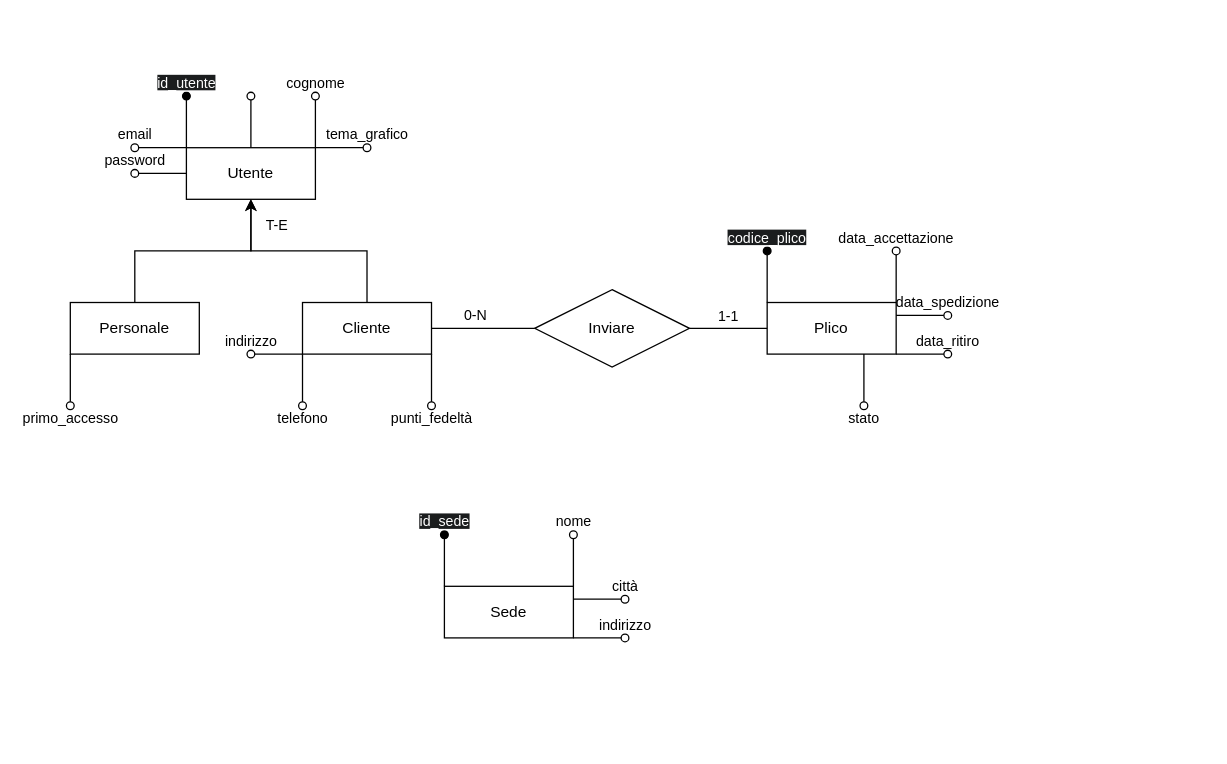
This is ProgettoFastRoute/FastRoute.drawio from JurijGagarinFB/ESERCIZI_PHP, a draw.io file, before an edit. Source tidied: cells renumbered, new cells numbered last; positions are measured from the earlier drawing's top-left corner, leaving out a move shared by most shapes. Both pictures are drawn from the tidied source at 129%, with x=0, y=0 at pixel (70, 95).
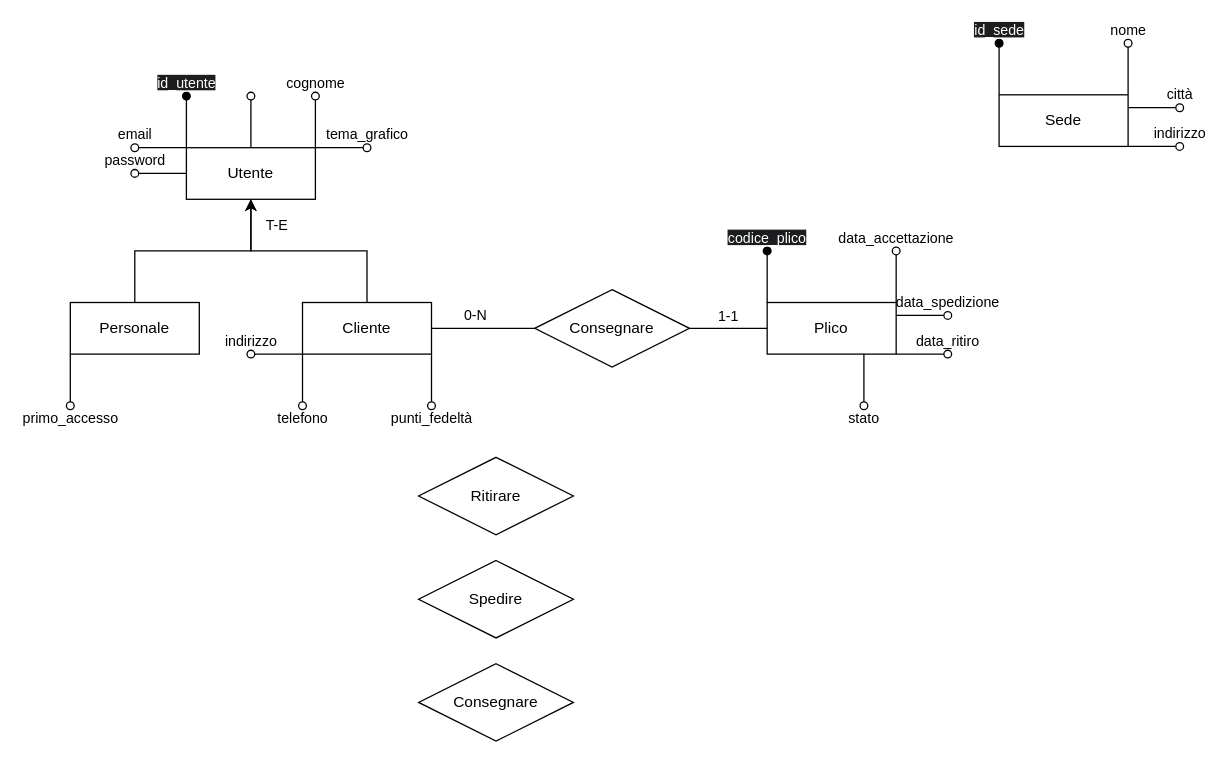
Above is the later version.

Commit message:
aggiornato schema E/R

Diff of the diagram source:
```diff
@@
     <mxCell id="14" value="&lt;span style=&quot;color: rgb(255, 255, 255); font-family: Helvetica; font-size: 11px; font-style: normal; font-variant-ligatures: normal; font-variant-caps: normal; font-weight: 400; letter-spacing: normal; orphans: 2; text-align: left; text-indent: 0px; text-transform: none; widows: 2; word-spacing: 0px; -webkit-text-stroke-width: 0px; white-space: nowrap; background-color: rgb(27, 29, 30); text-decoration-thickness: initial; text-decoration-style: initial; text-decoration-color: initial; float: none; display: inline !important;&quot;&gt;id_sede&lt;/span&gt;" style="edgeStyle=none;rounded=0;jettySize=auto;html=1;exitX=0;exitY=0;exitDx=0;exitDy=0;endArrow=oval;endFill=1;" parent="1" edge="1" source="15">
       <mxGeometry x="1" y="-10" relative="1" as="geometry">
-        <mxPoint x="290" y="340" as="targetPoint" />
+        <mxPoint x="720" y="-41" as="targetPoint" />
         <mxPoint x="-10" y="-10" as="offset" />
       </mxGeometry>
     </mxCell>
     <mxCell id="15" value="Sede" style="whiteSpace=wrap;html=1;align=center;" parent="1" vertex="1">
-      <mxGeometry x="290" y="380" width="100" height="40" as="geometry" />
+      <mxGeometry x="720" y="-1" width="100" height="40" as="geometry" />
     </mxCell>
     <mxCell id="16" value="&lt;span style=&quot;font-family: Helvetica; font-size: 11px; font-style: normal; font-variant-ligatures: normal; font-variant-caps: normal; font-weight: 400; letter-spacing: normal; orphans: 2; text-align: left; text-indent: 0px; text-transform: none; widows: 2; word-spacing: 0px; -webkit-text-stroke-width: 0px; white-space: nowrap; text-decoration-thickness: initial; text-decoration-style: initial; text-decoration-color: initial; float: none; display: inline !important;&quot;&gt;nome&lt;/span&gt;" style="edgeStyle=none;rounded=0;jettySize=auto;html=1;exitX=1;exitY=0;exitDx=0;exitDy=0;endArrow=oval;endFill=0;labelBackgroundColor=none;fontColor=default;" parent="1" edge="1" source="15">
       <mxGeometry x="1" y="-10" relative="1" as="geometry">
-        <mxPoint x="390" y="340" as="targetPoint" />
+        <mxPoint x="820" y="-41" as="targetPoint" />
         <mxPoint x="-10" y="-10" as="offset" />
       </mxGeometry>
     </mxCell>
     <mxCell id="17" value="&lt;span style=&quot;font-family: Helvetica; font-size: 11px; font-style: normal; font-variant-ligatures: normal; font-variant-caps: normal; font-weight: 400; letter-spacing: normal; orphans: 2; text-align: left; text-indent: 0px; text-transform: none; widows: 2; word-spacing: 0px; -webkit-text-stroke-width: 0px; white-space: nowrap; text-decoration-thickness: initial; text-decoration-style: initial; text-decoration-color: initial; float: none; display: inline !important;&quot;&gt;città&lt;/span&gt;" style="edgeStyle=none;rounded=0;jettySize=auto;html=1;exitX=1;exitY=0.25;exitDx=0;exitDy=0;endArrow=oval;endFill=0;labelBackgroundColor=none;fontColor=default;" parent="1" edge="1" source="15">
       <mxGeometry x="1" y="10" relative="1" as="geometry">
-        <mxPoint x="430" y="390" as="targetPoint" />
+        <mxPoint x="860" y="9" as="targetPoint" />
       </mxGeometry>
     </mxCell>
     <mxCell id="18" value="&lt;span style=&quot;font-family: Helvetica; font-size: 11px; font-style: normal; font-variant-ligatures: normal; font-variant-caps: normal; font-weight: 400; letter-spacing: normal; orphans: 2; text-align: left; text-indent: 0px; text-transform: none; widows: 2; word-spacing: 0px; -webkit-text-stroke-width: 0px; white-space: nowrap; text-decoration-thickness: initial; text-decoration-style: initial; text-decoration-color: initial; float: none; display: inline !important;&quot;&gt;indirizzo&lt;/span&gt;" style="edgeStyle=none;rounded=0;jettySize=auto;html=1;exitX=1;exitY=1;exitDx=0;exitDy=0;endArrow=oval;endFill=0;labelBackgroundColor=none;fontColor=default;" parent="1" edge="1" source="15">
       <mxGeometry x="1" y="10" relative="1" as="geometry">
-        <mxPoint x="430" y="420" as="targetPoint" />
+        <mxPoint x="860" y="39" as="targetPoint" />
       </mxGeometry>
     </mxCell>
@@
-    <mxCell id="21" value="Inviare" style="shape=rhombus;perimeter=rhombusPerimeter;whiteSpace=wrap;html=1;align=center;" parent="1" vertex="1">
+    <mxCell id="21" value="Consegnare" style="shape=rhombus;perimeter=rhombusPerimeter;whiteSpace=wrap;html=1;align=center;" parent="1" vertex="1">
       <mxGeometry x="360" y="150" width="120" height="60" as="geometry" />
     </mxCell>
@@
+    <mxCell id="32" value="Ritirare" style="shape=rhombus;perimeter=rhombusPerimeter;whiteSpace=wrap;html=1;align=center;" parent="1" vertex="1">
+      <mxGeometry x="270" y="280" width="120" height="60" as="geometry" />
+    </mxCell>
+    <mxCell id="33" value="Spedire" style="shape=rhombus;perimeter=rhombusPerimeter;whiteSpace=wrap;html=1;align=center;" parent="1" vertex="1">
+      <mxGeometry x="270" y="360" width="120" height="60" as="geometry" />
+    </mxCell>
+    <mxCell id="34" value="Consegnare" style="shape=rhombus;perimeter=rhombusPerimeter;whiteSpace=wrap;html=1;align=center;" parent="1" vertex="1">
+      <mxGeometry x="270" y="440" width="120" height="60" as="geometry" />
+    </mxCell>
```
